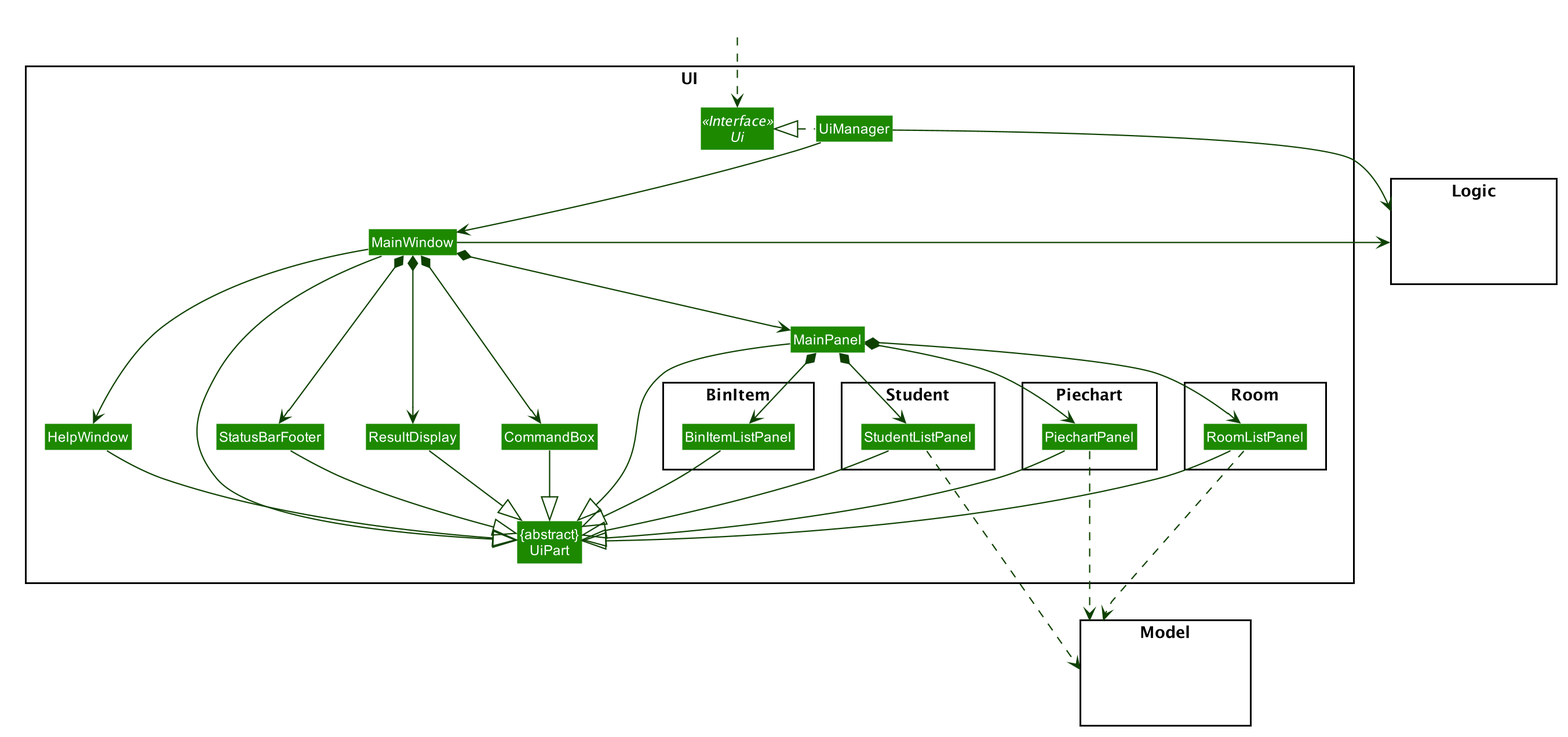
Before: docs/images/UiClassDiagram.png, a diagram exported from PlantUML (nus-cs2103-AY2021S1/tp).
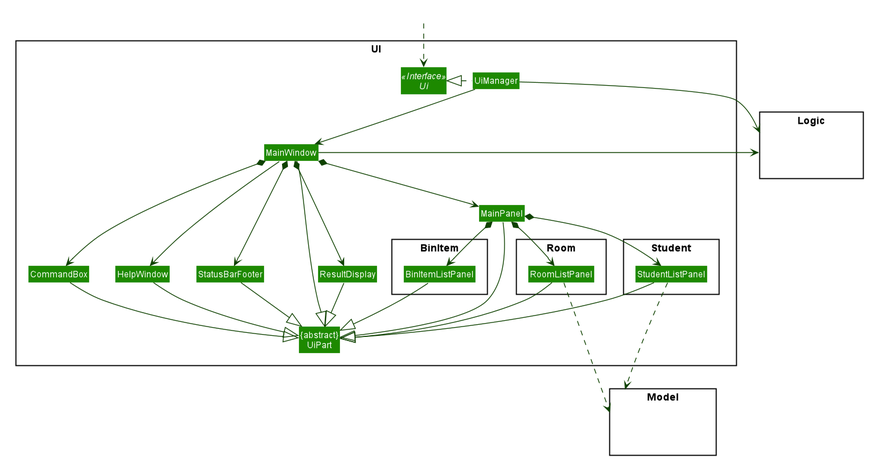
After the change.

The edit, as a diff of the source:
```diff
@@ -76,10 +76,6 @@
 Class BinItemListPanel
 }
 
-package Piechart <<Rectangle>> {
-Class PiechartPanel
-}
-
 Class StudentListPanel
 }
 
@@ -104,17 +100,14 @@
 
 MainPanel *-down-> RoomListPanel
 MainPanel *-down-> BinItemListPanel
-MainPanel *-down-> PiechartPanel
 MainPanel *-down-> StudentListPanel
 
 RoomListPanel --|> UiPart
 BinItemListPanel --|> UiPart
-PiechartPanel --|> UiPart
 StudentListPanel --|> UiPart
 
 RoomListPanel ..down.> Model
 StudentListPanel ..down.> Model
-PiechartPanel ..down.> Model
 
 MainWindow --left|> UiPart
 
@@ -130,7 +123,6 @@
 HelpWindow -[hidden]left- CommandBox
 CommandBox -[hidden]left- ResultDisplay
 ResultDisplay -[hidden]left- StatusBarFooter
-StudentListPanel -[hidden]right- PiechartPanel
 RoomListPanel -[hidden]left- BinItemListPanel
 
 MainWindow -[hidden]-|> UiPart
```
